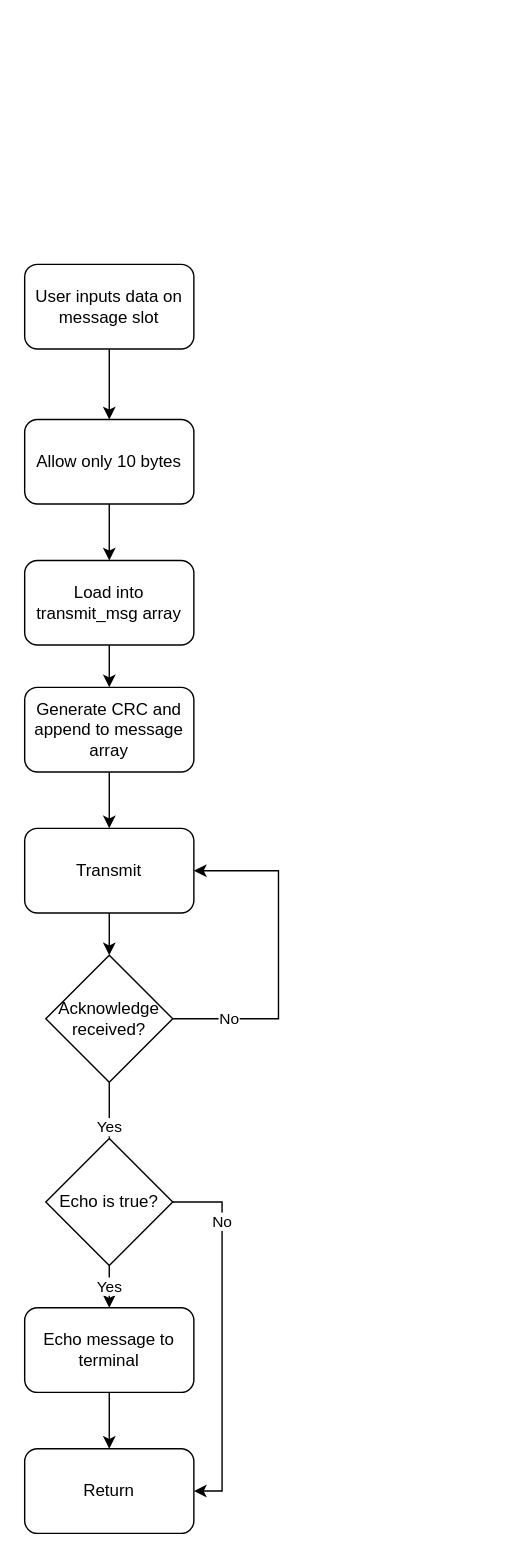
Above: page "Serial Port Send" (3 of 4) of Documentation/PC_GUI_Flowchart.drawio in nagars/CPDM-IISc (draw.io), before the change. Source tidied: cells renumbered, new cells numbered last; positions are measured from the earlier drawing's top-left corner, leaving out a move shared by most shapes. Both pictures are drawn from the tidied source at 141%, with x=0, y=0 at pixel (24, 264).
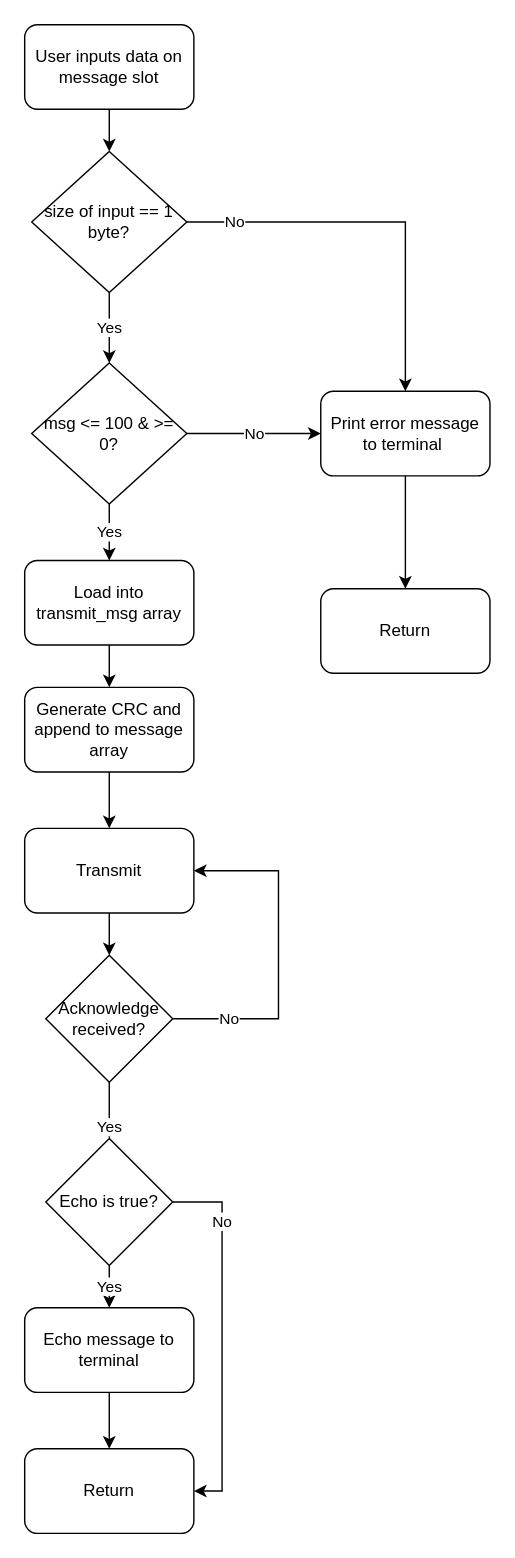
Above is the later version.

The change refers to these unchanged cells:
```xml
<mxCell id="7" value="Load into transmit_msg array" style="whiteSpace=wrap;html=1;rounded=1;" parent="1" vertex="1">
  <mxGeometry y="210" width="120" height="60" as="geometry" />
</mxCell>
```

The edit, as a diff of the source:
```diff
@@
-    <mxCell id="2" style="edgeStyle=orthogonalEdgeStyle;rounded=0;jettySize=auto;html=1;" parent="1" edge="1" source="3" target="5">
+    <mxCell id="2" style="edgeStyle=orthogonalEdgeStyle;rounded=0;jettySize=auto;html=1;entryX=0.5;entryY=0;entryDx=0;entryDy=0;" parent="1" edge="1" source="3" target="27">
       <mxGeometry relative="1" as="geometry" />
     </mxCell>
     <mxCell id="3" value="User inputs data on message slot" style="rounded=1;whiteSpace=wrap;html=1;" parent="1" vertex="1">
-      <mxGeometry width="120" height="60" as="geometry" />
+      <mxGeometry y="-170" width="120" height="60" as="geometry" />
     </mxCell>
-    <mxCell id="4" style="edgeStyle=orthogonalEdgeStyle;rounded=0;jettySize=auto;html=1;" parent="1" edge="1" source="5" target="7">
+    <mxCell id="4" value="Yes" style="edgeStyle=orthogonalEdgeStyle;rounded=0;jettySize=auto;html=1;entryX=0.5;entryY=0;entryDx=0;entryDy=0;exitX=0.5;exitY=1;exitDx=0;exitDy=0;" parent="1" edge="1" source="27" target="23">
       <mxGeometry relative="1" as="geometry" />
     </mxCell>
-    <mxCell id="5" value="Allow only 10 bytes" style="whiteSpace=wrap;html=1;rounded=1;" parent="1" vertex="1">
-      <mxGeometry y="110" width="120" height="60" as="geometry" />
-    </mxCell>
@@
+    <mxCell id="21" value="Yes" style="edgeStyle=orthogonalEdgeStyle;rounded=0;jettySize=auto;html=1;" parent="1" edge="1" source="23" target="7">
+      <mxGeometry relative="1" as="geometry" />
+    </mxCell>
+    <mxCell id="22" value="No" style="edgeStyle=orthogonalEdgeStyle;rounded=0;jettySize=auto;html=1;" parent="1" edge="1" source="23" target="25">
+      <mxGeometry relative="1" as="geometry" />
+    </mxCell>
+    <mxCell id="23" value="msg &amp;lt;= 100 &amp;amp; &amp;gt;= 0?" style="rhombus;whiteSpace=wrap;html=1;" parent="1" vertex="1">
+      <mxGeometry x="5" y="70" width="110" height="100" as="geometry" />
+    </mxCell>
+    <mxCell id="24" style="edgeStyle=orthogonalEdgeStyle;rounded=0;jettySize=auto;html=1;" parent="1" edge="1" source="25" target="26">
+      <mxGeometry relative="1" as="geometry" />
+    </mxCell>
+    <mxCell id="25" value="Print error message to terminal&amp;nbsp;" style="whiteSpace=wrap;html=1;rounded=1;" parent="1" vertex="1">
+      <mxGeometry x="210" y="90" width="120" height="60" as="geometry" />
+    </mxCell>
+    <mxCell id="26" value="Return" style="whiteSpace=wrap;html=1;rounded=1;" parent="1" vertex="1">
+      <mxGeometry x="210" y="230" width="120" height="60" as="geometry" />
+    </mxCell>
+    <mxCell id="27" value="size of input == 1 byte?" style="rhombus;whiteSpace=wrap;html=1;" parent="1" vertex="1">
+      <mxGeometry x="5" y="-80" width="110" height="100" as="geometry" />
+    </mxCell>
+    <mxCell id="28" value="No" style="edgeStyle=orthogonalEdgeStyle;rounded=0;jettySize=auto;html=1;exitX=1;exitY=0.5;exitDx=0;exitDy=0;entryX=0.5;entryY=0;entryDx=0;entryDy=0;" parent="1" edge="1" source="27" target="25">
+      <mxGeometry x="-0.75" relative="1" as="geometry" />
+    </mxCell>
```
